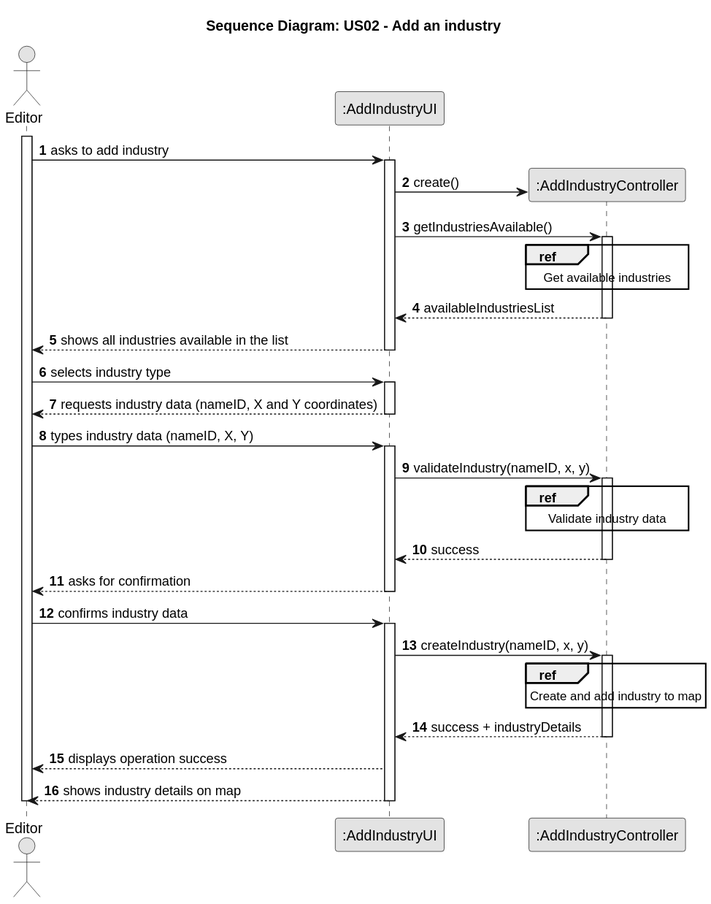
The PlantUML diagram docs/system-documentation/Sprint 2/US02/03.design/svg/US02-SD-split.svg in HenriqueSilva18/Railway-Network-Simulator, before a commit.
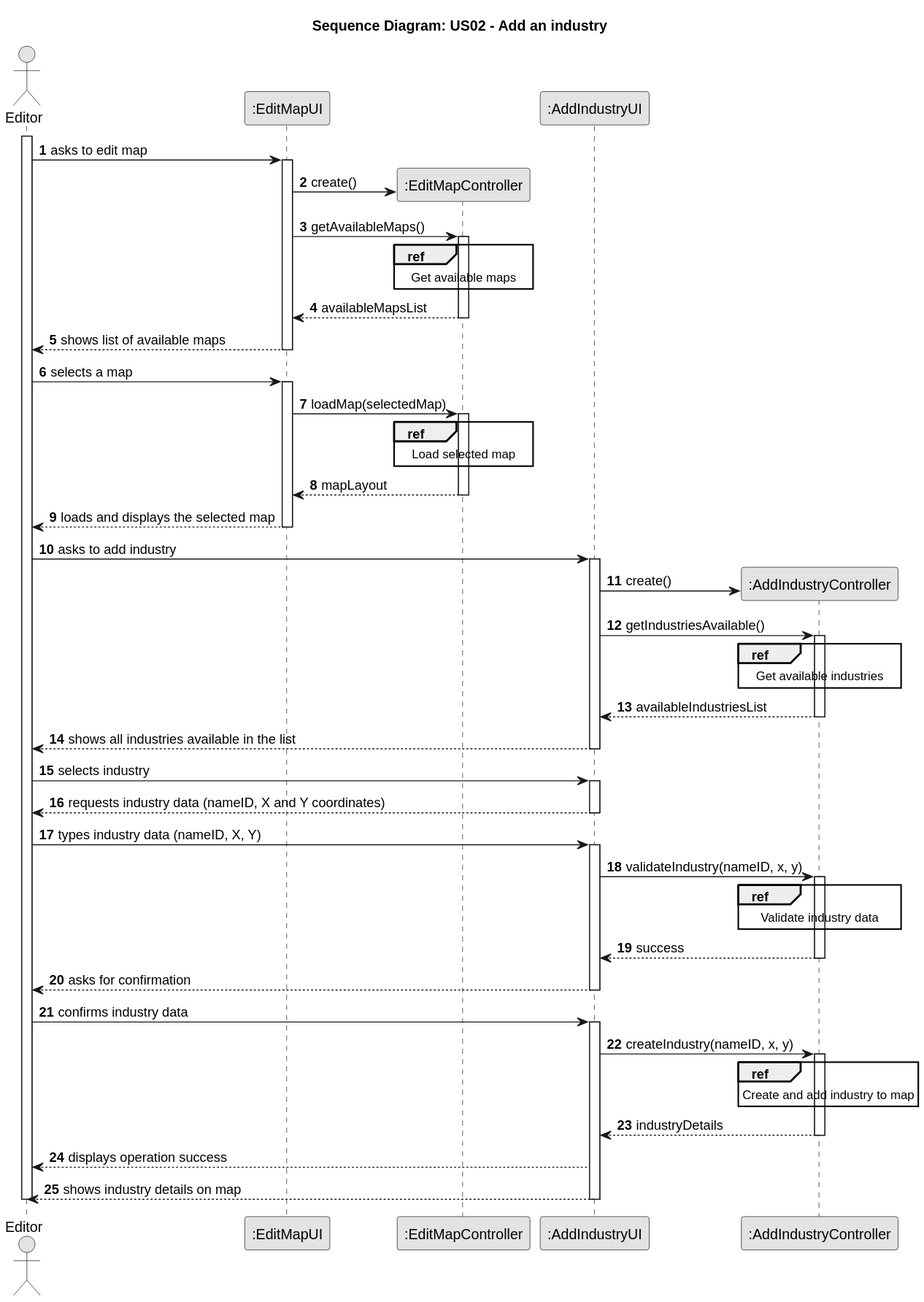
After the commit.

Diff of the diagram source:
```diff
@@ -8,16 +8,53 @@
 title Sequence Diagram: US02 - Add an industry
 
 actor "Editor" as editor
+participant ":EditMapUI" as mapUI
+participant ":EditMapController" as mapCTRL
 participant ":AddIndustryUI" as UI
 participant ":AddIndustryController" as CTRL
 
 activate editor
 
+    editor -> mapUI : asks to edit map
+
+        activate mapUI
+            mapUI -> mapCTRL**: create()
+            mapUI -> mapCTRL: getAvailableMaps()
+
+            activate mapCTRL
+                ref over mapCTRL
+                Get available maps
+                end
+                mapCTRL --> mapUI: availableMapsList
+            deactivate mapCTRL
+
+            mapUI --> editor: shows list of available maps
+        deactivate mapUI
+
+    editor -> mapUI: selects a map
+        activate mapUI
+
+            mapUI -> mapCTRL: loadMap(selectedMap)
+            activate mapCTRL
+
+                ref over mapCTRL
+                Load selected map
+                end
+
+                mapCTRL --> mapUI: mapLayout
+
+            deactivate mapCTRL
+
+            mapUI --> editor: loads and displays the selected map
+
+
+        deactivate mapUI
+
     editor -> UI : asks to add industry
         activate UI
 
+
             UI -> CTRL**: create()
-
             UI -> CTRL: getIndustriesAvailable()
             activate CTRL
             ref over CTRL
@@ -29,7 +66,7 @@
         UI --> editor: shows all industries available in the list
         deactivate UI
 
-    editor -> UI: selects industry type
+    editor -> UI: selects industry
         activate UI
         UI --> editor: requests industry data (nameID, X and Y coordinates)
         deactivate UI
@@ -59,7 +96,7 @@
 
             activate CTRL
 
-               CTRL --> UI: success + industryDetails
+               CTRL --> UI: industryDetails
                deactivate CTRL
 
             UI --> editor: displays operation success
```
